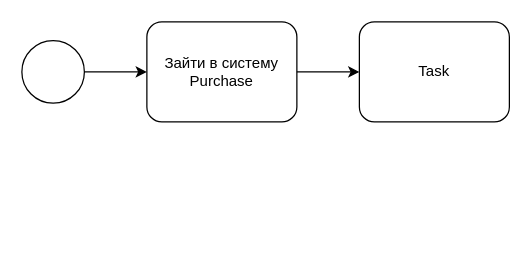
Earlier version of the draw.io diagram Диаграмма без названия.drawio (AntonKoltsov85/Schemes). Source tidied: cells renumbered, new cells numbered last; positions are measured from the earlier drawing's top-left corner, leaving out a move shared by most shapes. Both pictures are drawn from the tidied source at 125%, with x=0, y=0 at pixel (21, 21).
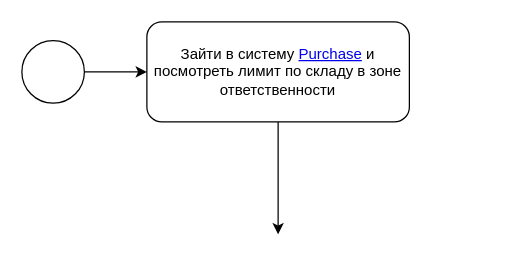
Above is the later version.

The edit, as a diff of the source:
```diff
@@
 <mxGraphModel>
   <root>
     <mxCell id="0" />
     <mxCell id="1" parent="0" />
     <mxCell id="2" style="shape=mxgraph.bpmn.shape;html=1;verticalLabelPosition=bottom;labelBackgroundColor=#ffffff;verticalAlign=top;perimeter=ellipsePerimeter;outline=standard;symbol=general;" parent="1" vertex="1">
       <mxGeometry y="15" width="50" height="50" as="geometry" />
     </mxCell>
-    <mxCell id="3" value="Зайти в систему Purchase" style="shape=ext;rounded=1;html=1;whiteSpace=wrap;" parent="1" vertex="1">
-      <mxGeometry x="100" width="120" height="80" as="geometry" />
+    <mxCell id="3" value="Зайти в систему &lt;a href=&quot;https://purchase.wb.ru/supply-plan/wh-limits-report&quot;&gt;Purchase&lt;/a&gt; и посмотреть лимит по складу в зоне ответственности" style="shape=ext;rounded=1;html=1;whiteSpace=wrap;" parent="1" vertex="1">
+      <mxGeometry x="100" width="210" height="80" as="geometry" />
     </mxCell>
-    <mxCell id="4" value="Task" style="shape=ext;rounded=1;html=1;whiteSpace=wrap;" parent="1" vertex="1">
-      <mxGeometry x="270" width="120" height="80" as="geometry" />
-    </mxCell>
     <mxCell id="5" style="edgeStyle=orthogonalEdgeStyle;rounded=0;html=1;jettySize=auto;" parent="1" edge="1" source="2" target="3">
       <mxGeometry relative="1" as="geometry" />
     </mxCell>
-    <mxCell id="6" style="edgeStyle=orthogonalEdgeStyle;rounded=0;html=1;jettySize=auto;" parent="1" edge="1" source="3" target="4">
-      <mxGeometry relative="1" as="geometry" />
-    </mxCell>
+    <mxCell id="7" style="endArrow=classic;html=1;rounded=0;exitX=0.5;exitY=1;exitDx=0;exitDy=0;" parent="1" edge="1" source="3">
+      <mxGeometry relative="1" as="geometry">
+        <mxPoint x="205" y="170" as="targetPoint" />
+      </mxGeometry>
+    </mxCell>
   </root>
 </mxGraphModel>
```
